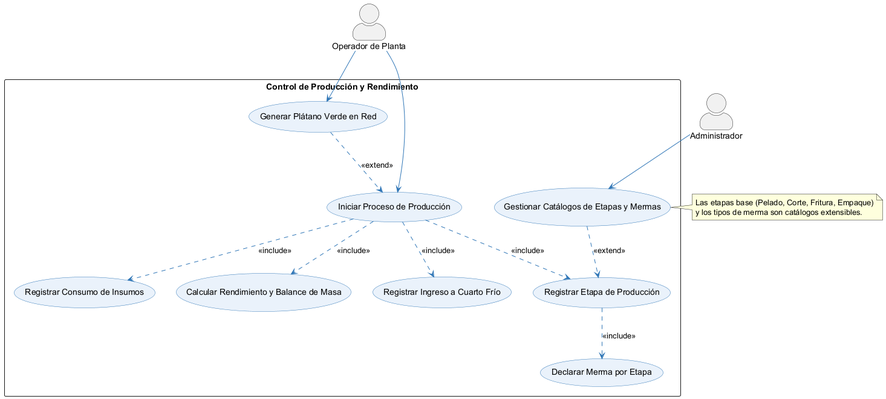
Above: diagramas/casos_de_uso/cu003_caso_de_uso.png in DecosUniversity/distri_yaneth_backend (PlantUML), before the change. Source of this version:
```plantuml
@startuml cu003_caso_de_uso
skinparam packageStyle rectangle
skinparam actorStyle awesome
skinparam usecase {
  BackgroundColor #EAF2FB
  BorderColor #2E75B6
  ArrowColor #2E75B6
}
top to bottom direction

actor "Operador de Planta" as Operador
actor "Administrador" as Admin

rectangle "Control de Producción y Rendimiento" {
  usecase "Iniciar Proceso de Producción" as UC_Iniciar
  usecase "Registrar Etapa de Producción" as UC_Etapa
  usecase "Declarar Merma por Etapa" as UC_Merma
  usecase "Registrar Consumo de Insumos" as UC_Insumos
  usecase "Calcular Rendimiento y Balance de Masa" as UC_Rendimiento
  usecase "Registrar Ingreso a Cuarto Frío" as UC_Frio
  usecase "Gestionar Catálogos de Etapas y Mermas" as UC_Cat
  usecase "Generar Plátano Verde en Red" as UC_Red
}

Operador --> UC_Iniciar
Operador --> UC_Red
Admin --> UC_Cat

UC_Iniciar ..> UC_Etapa : <<include>>
UC_Iniciar ..> UC_Insumos : <<include>>
UC_Iniciar ..> UC_Rendimiento : <<include>>
UC_Iniciar ..> UC_Frio : <<include>>
UC_Etapa ..> UC_Merma : <<include>>
UC_Cat ..> UC_Etapa : <<extend>>
UC_Red ..> UC_Iniciar : <<extend>>

note right of UC_Cat
  Las etapas base (Pelado, Corte, Fritura, Empaque)
  y los tipos de merma son catálogos extensibles.
end note

@enduml
```
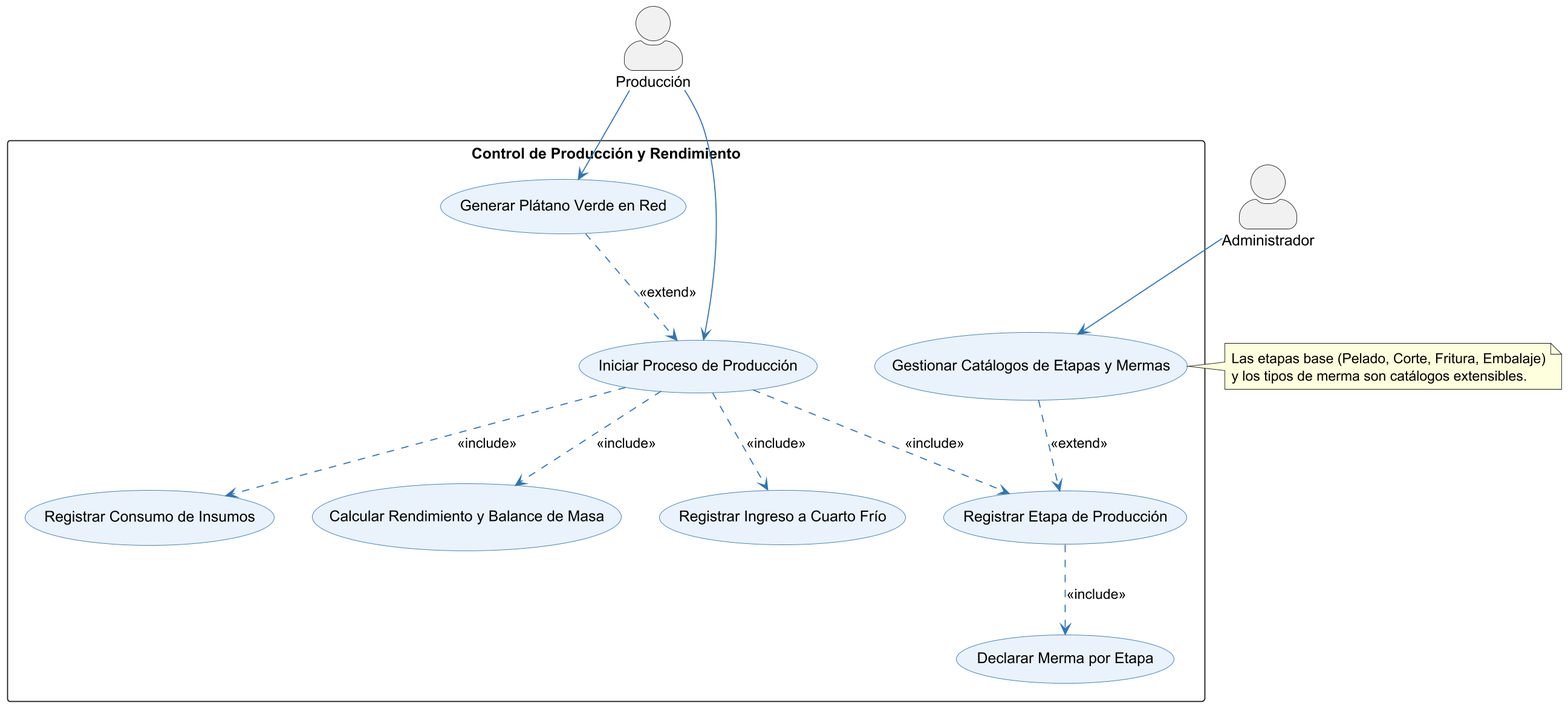
Above is the later version.

Change to the diagram source:
```diff
@@ -1,4 +1,5 @@
 @startuml cu003_caso_de_uso
+skinparamlocked dpi 170
 skinparam packageStyle rectangle
 skinparam actorStyle awesome
 skinparam usecase {
@@ -8,7 +9,7 @@
 }
 top to bottom direction
 
-actor "Operador de Planta" as Operador
+actor "Producción" as Operador
 actor "Administrador" as Admin
 
 rectangle "Control de Producción y Rendimiento" {
@@ -35,7 +36,7 @@
 UC_Red ..> UC_Iniciar : <<extend>>
 
 note right of UC_Cat
-  Las etapas base (Pelado, Corte, Fritura, Empaque)
+  Las etapas base (Pelado, Corte, Fritura, Embalaje)
   y los tipos de merma son catálogos extensibles.
 end note
 
```
